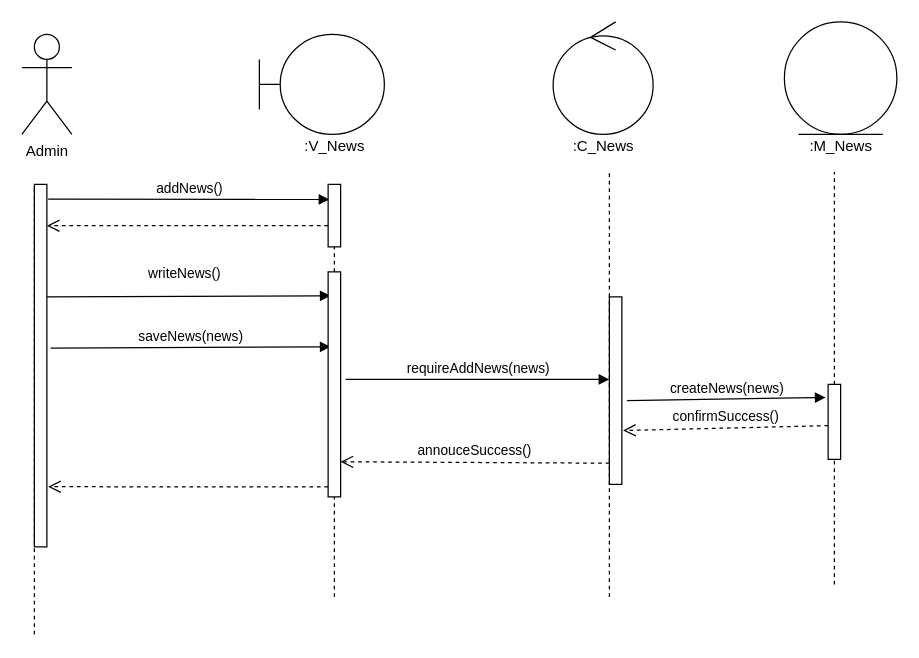
Before: Sequence/ThemTinTuc.drawio in hoangminh15/PTTKHT, a draw.io diagram. Source tidied: cells renumbered, new cells numbered last; positions are measured from the earlier drawing's top-left corner, leaving out a move shared by most shapes. Both pictures are drawn from the tidied source at 125%, with x=0, y=0 at pixel (21, 21).
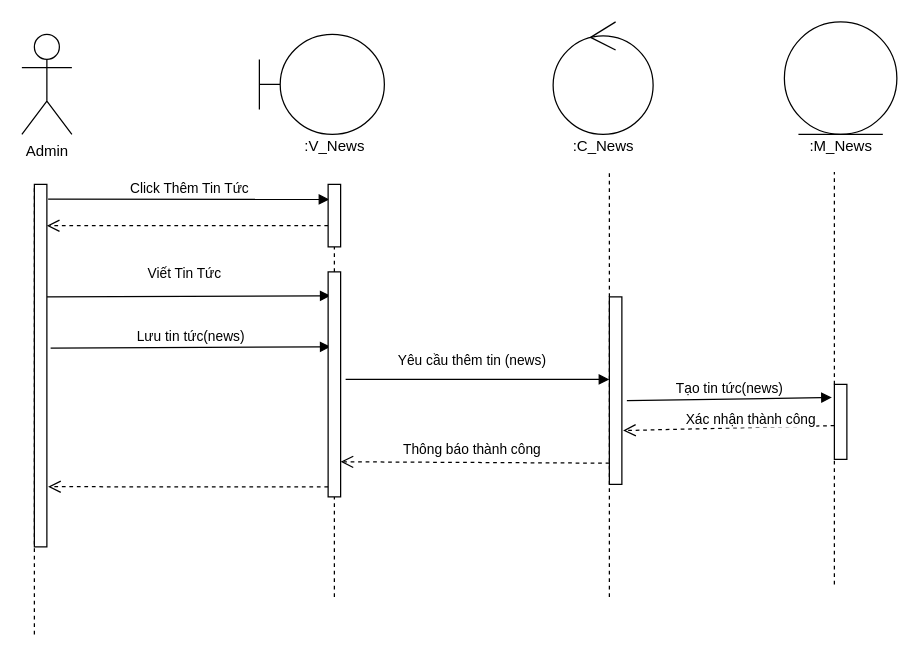
After the change.

Unchanged cells that the change refers to:
```xml
<mxCell id="14" style="html=1;points=[];perimeter=orthogonalPerimeter;" parent="1" vertex="1">
  <mxGeometry x="245" y="130" width="10" height="50" as="geometry" />
</mxCell>
<mxCell id="16" style="html=1;points=[];perimeter=orthogonalPerimeter;" parent="1" vertex="1">
  <mxGeometry x="10" y="130" width="10" height="290" as="geometry" />
</mxCell>
<mxCell id="17" style="html=1;points=[];perimeter=orthogonalPerimeter;" parent="1" vertex="1">
  <mxGeometry x="245" y="200" width="10" height="180" as="geometry" />
</mxCell>
<mxCell id="21" style="html=1;points=[];perimeter=orthogonalPerimeter;" parent="1" vertex="1">
  <mxGeometry x="470" y="220" width="10" height="150" as="geometry" />
</mxCell>
```

The edit, as a diff of the source:
```diff
@@
-    <mxCell id="2" value="addNews()" style="html=1;verticalAlign=bottom;endArrow=block;exitX=1.1;exitY=0.041;exitDx=0;exitDy=0;exitPerimeter=0;entryX=0.1;entryY=0.24;entryDx=0;entryDy=0;entryPerimeter=0;" parent="1" edge="1" source="16" target="14">
+    <mxCell id="2" value="Click Thêm Tin Tức" style="html=1;verticalAlign=bottom;endArrow=block;exitX=1.1;exitY=0.041;exitDx=0;exitDy=0;exitPerimeter=0;entryX=0.1;entryY=0.24;entryDx=0;entryDy=0;entryPerimeter=0;" parent="1" edge="1" source="16" target="14">
       <mxGeometry relative="1" as="geometry" />
     </mxCell>
@@
-    <mxCell id="4" value="writeNews()" style="html=1;verticalAlign=bottom;endArrow=block;exitX=1;exitY=0.345;exitDx=0;exitDy=0;exitPerimeter=0;entryX=0.2;entryY=0.106;entryDx=0;entryDy=0;entryPerimeter=0;" parent="1" edge="1" target="17">
+    <mxCell id="4" value="Viết Tin Tức" style="html=1;verticalAlign=bottom;endArrow=block;exitX=1;exitY=0.345;exitDx=0;exitDy=0;exitPerimeter=0;entryX=0.2;entryY=0.106;entryDx=0;entryDy=0;entryPerimeter=0;" parent="1" edge="1" target="17">
       <mxGeometry x="-0.03" y="10" relative="1" as="geometry">
         <mxPoint x="20" y="220" as="sourcePoint" />
       </mxGeometry>
     </mxCell>
-    <mxCell id="5" value="saveNews(news)" style="html=1;verticalAlign=bottom;endArrow=block;exitX=1.3;exitY=0.452;exitDx=0;exitDy=0;exitPerimeter=0;entryX=0.2;entryY=0.333;entryDx=0;entryDy=0;entryPerimeter=0;" parent="1" edge="1" source="16" target="17">
+    <mxCell id="5" value="Lưu tin tức(news)" style="html=1;verticalAlign=bottom;endArrow=block;exitX=1.3;exitY=0.452;exitDx=0;exitDy=0;exitPerimeter=0;entryX=0.2;entryY=0.333;entryDx=0;entryDy=0;entryPerimeter=0;" parent="1" edge="1" source="16" target="17">
       <mxGeometry relative="1" as="geometry" />
     </mxCell>
-    <mxCell id="6" value="requireAddNews(news)" style="html=1;verticalAlign=bottom;endArrow=block;exitX=1.4;exitY=0.478;exitDx=0;exitDy=0;exitPerimeter=0;" parent="1" edge="1" source="17" target="21">
-      <mxGeometry relative="1" as="geometry" />
+    <mxCell id="6" value="Yêu cầu thêm tin (news)" style="html=1;verticalAlign=bottom;endArrow=block;exitX=1.4;exitY=0.478;exitDx=0;exitDy=0;exitPerimeter=0;" parent="1" edge="1" source="17" target="21">
+      <mxGeometry x="-0.04" y="6" relative="1" as="geometry" />
     </mxCell>
-    <mxCell id="7" value="annouceSuccess()" style="html=1;verticalAlign=bottom;endArrow=open;dashed=1;endSize=8;exitX=0;exitY=0.887;exitDx=0;exitDy=0;exitPerimeter=0;entryX=1;entryY=0.844;entryDx=0;entryDy=0;entryPerimeter=0;" parent="1" edge="1" source="21" target="17">
-      <mxGeometry relative="1" as="geometry" />
+    <mxCell id="7" value="Thông báo thành công" style="html=1;verticalAlign=bottom;endArrow=open;dashed=1;endSize=8;exitX=0;exitY=0.887;exitDx=0;exitDy=0;exitPerimeter=0;entryX=1;entryY=0.844;entryDx=0;entryDy=0;entryPerimeter=0;" parent="1" edge="1" source="21" target="17">
+      <mxGeometry x="0.02" y="-1" relative="1" as="geometry" />
     </mxCell>
@@
-    <mxCell id="26" value="createNews(news)" style="html=1;verticalAlign=bottom;endArrow=block;exitX=1.4;exitY=0.553;exitDx=0;exitDy=0;exitPerimeter=0;entryX=-0.2;entryY=0.175;entryDx=0;entryDy=0;entryPerimeter=0;" parent="1" edge="1" source="21" target="27">
+    <mxCell id="26" value="Tạo tin tức(news)" style="html=1;verticalAlign=bottom;endArrow=block;exitX=1.4;exitY=0.553;exitDx=0;exitDy=0;exitPerimeter=0;entryX=-0.2;entryY=0.175;entryDx=0;entryDy=0;entryPerimeter=0;" parent="1" edge="1" source="21" target="27">
       <mxGeometry relative="1" as="geometry" />
     </mxCell>
     <mxCell id="27" style="html=1;points=[];perimeter=orthogonalPerimeter;" parent="1" vertex="1">
-      <mxGeometry x="645" y="290" width="10" height="60" as="geometry" />
+      <mxGeometry x="650" y="290" width="10" height="60" as="geometry" />
     </mxCell>
@@
-    <mxCell id="29" value="&lt;div&gt;confirmSuccess()&lt;/div&gt;" style="html=1;verticalAlign=bottom;endArrow=open;dashed=1;endSize=8;exitX=0;exitY=0.55;exitDx=0;exitDy=0;exitPerimeter=0;entryX=1.1;entryY=0.713;entryDx=0;entryDy=0;entryPerimeter=0;" parent="1" edge="1" source="27" target="21">
-      <mxGeometry relative="1" as="geometry" />
+    <mxCell id="29" value="Xác nhận thành công" style="html=1;verticalAlign=bottom;endArrow=open;dashed=1;endSize=8;exitX=0;exitY=0.55;exitDx=0;exitDy=0;exitPerimeter=0;entryX=1.1;entryY=0.713;entryDx=0;entryDy=0;entryPerimeter=0;" parent="1" edge="1" source="27" target="21">
+      <mxGeometry x="-0.21" y="2" relative="1" as="geometry" />
     </mxCell>
```
